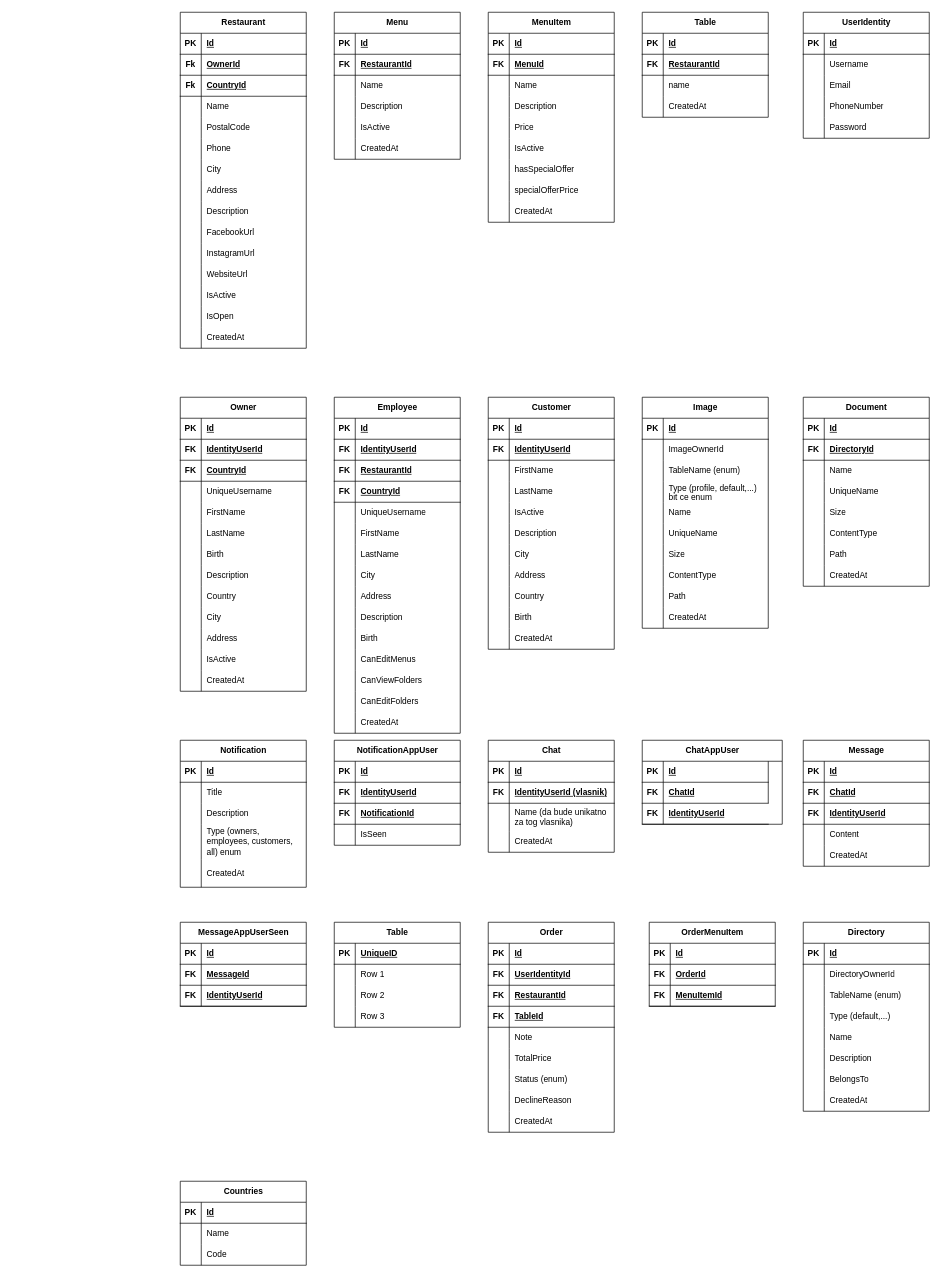
Above: documentation/database.drawio in zuna21/NoshNexus (draw.io), before the change. Source tidied: cells renumbered, new cells numbered last; positions are measured from the earlier drawing's top-left corner, leaving out a move shared by most shapes. Both pictures are drawn from the tidied source at 70%, with x=0, y=0 at pixel (180, 12).
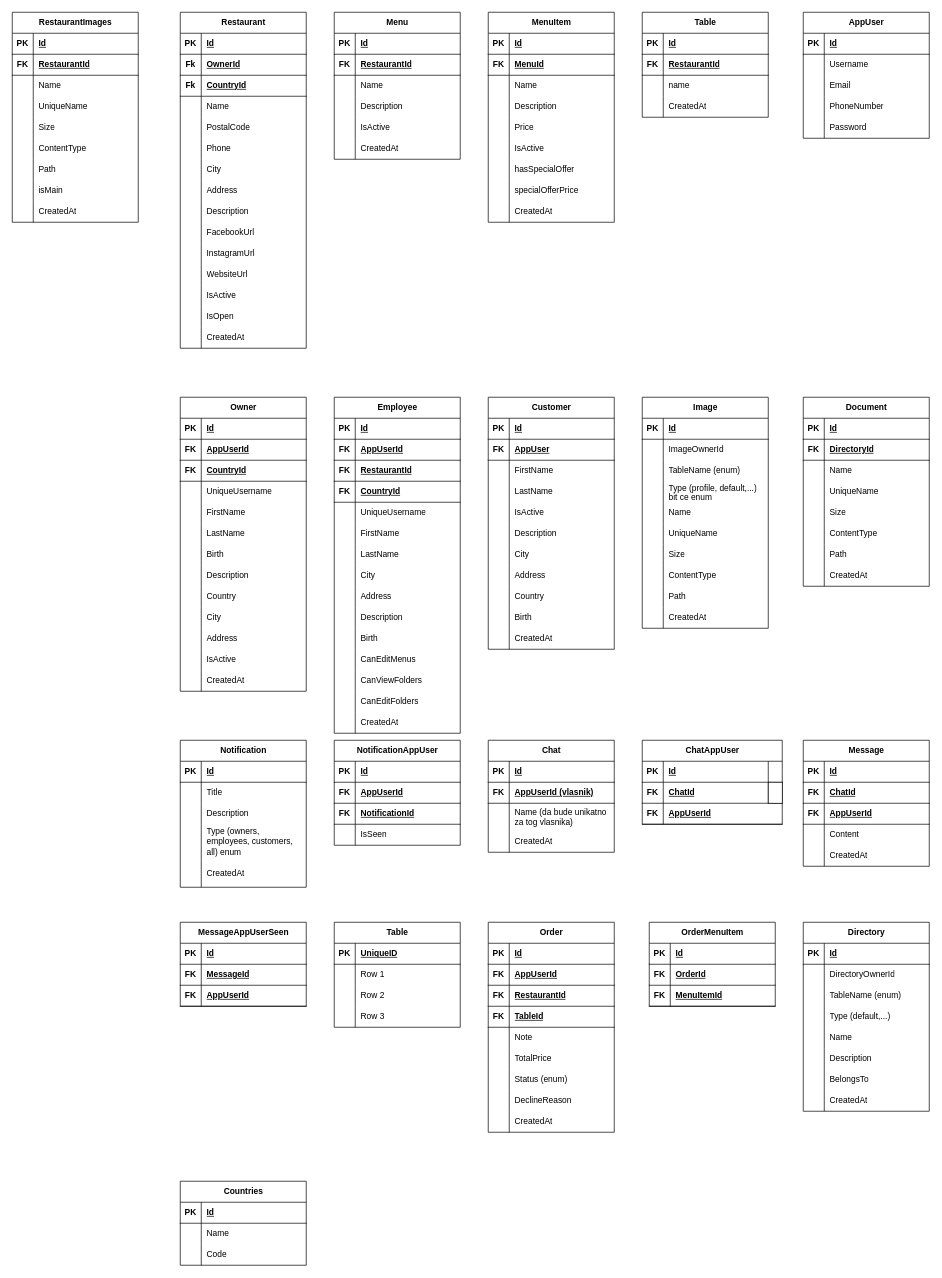
The same diagram, later.

The change refers to these unchanged cells:
```xml
<mxCell id="128" style="shape=tableRow;horizontal=0;startSize=0;swimlaneHead=0;swimlaneBody=0;fillColor=none;top=0;left=0;right=0;bottom=1;" parent="124" vertex="1">
  <mxGeometry y="60" width="180" height="30" as="geometry" />
</mxCell>
<mxCell id="168" style="shape=tableRow;horizontal=0;startSize=0;swimlaneHead=0;swimlaneBody=0;fillColor=none;top=0;left=0;right=0;bottom=1;" parent="164" vertex="1">
  <mxGeometry y="60" width="180" height="30" as="geometry" />
</mxCell>
<mxCell id="214" style="shape=tableRow;horizontal=0;startSize=0;swimlaneHead=0;swimlaneBody=0;fillColor=none;top=0;left=0;right=0;bottom=1;" parent="210" vertex="1">
  <mxGeometry y="60" width="180" height="30" as="geometry" />
</mxCell>
<mxCell id="320" style="shape=tableRow;horizontal=0;startSize=0;swimlaneHead=0;swimlaneBody=0;fillColor=none;top=0;left=0;right=0;bottom=1;" parent="316" vertex="1">
  <mxGeometry y="60" width="180" height="30" as="geometry" />
</mxCell>
<mxCell id="333" style="shape=tableRow;horizontal=0;startSize=0;swimlaneHead=0;swimlaneBody=0;fillColor=none;top=0;left=0;right=0;bottom=1;" parent="329" vertex="1">
  <mxGeometry y="60" width="180" height="30" as="geometry" />
</mxCell>
<mxCell id="342" value="ChatAppUser" style="shape=table;startSize=30;childLayout=tableLayout;rowLines=0;fontStyle=1;align=center;html=1;" parent="1" vertex="1">
  <mxGeometry x="660" y="1040" width="200" height="120" as="geometry" />
</mxCell>
<mxCell id="360" style="shape=tableRow;horizontal=0;startSize=0;swimlaneHead=0;swimlaneBody=0;fillColor=none;top=0;left=0;right=0;bottom=1;" parent="353" vertex="1">
  <mxGeometry y="90" width="180" height="30" as="geometry" />
</mxCell>
<mxCell id="376" style="shape=tableRow;horizontal=0;startSize=0;swimlaneHead=0;swimlaneBody=0;fillColor=none;top=0;left=0;right=0;bottom=1;" parent="369" vertex="1">
  <mxGeometry y="90" width="180" height="30" as="geometry" />
</mxCell>
<mxCell id="398" style="shape=tableRow;horizontal=0;startSize=0;swimlaneHead=0;swimlaneBody=0;fillColor=none;top=0;left=0;right=0;bottom=1;" parent="394" vertex="1">
  <mxGeometry y="60" width="180" height="30" as="geometry" />
</mxCell>
```

What changed in the source:
```diff
@@
-    <mxCell id="108" value="UserIdentity" style="shape=table;startSize=30;childLayout=tableLayout;rowLines=0;fontStyle=1;align=center;html=1;" parent="1" vertex="1">
+    <mxCell id="108" value="AppUser" style="shape=table;startSize=30;childLayout=tableLayout;rowLines=0;fontStyle=1;align=center;html=1;" parent="1" vertex="1">
       <mxGeometry x="890" width="180" height="180" as="geometry" />
     </mxCell>
@@
-    <mxCell id="130" value="IdentityUserId" style="shape=partialRectangle;fillColor=none;top=0;left=0;bottom=0;right=0;align=left;spacingLeft=6;fontStyle=5;overflow=hidden;whiteSpace=wrap;html=1;" parent="128" vertex="1">
+    <mxCell id="130" value="AppUserId" style="shape=partialRectangle;fillColor=none;top=0;left=0;bottom=0;right=0;align=left;spacingLeft=6;fontStyle=5;overflow=hidden;whiteSpace=wrap;html=1;" parent="128" vertex="1">
       <mxGeometry x="30" width="150" height="30" as="geometry" />
     </mxCell>
@@
-    <mxCell id="170" value="IdentityUserId" style="shape=partialRectangle;fillColor=none;top=0;left=0;bottom=0;right=0;align=left;spacingLeft=6;fontStyle=5;overflow=hidden;whiteSpace=wrap;html=1;" parent="168" vertex="1">
+    <mxCell id="170" value="AppUserId" style="shape=partialRectangle;fillColor=none;top=0;left=0;bottom=0;right=0;align=left;spacingLeft=6;fontStyle=5;overflow=hidden;whiteSpace=wrap;html=1;" parent="168" vertex="1">
       <mxGeometry x="30" width="150" height="30" as="geometry" />
     </mxCell>
@@
-    <mxCell id="216" value="IdentityUserId" style="shape=partialRectangle;fillColor=none;top=0;left=0;bottom=0;right=0;align=left;spacingLeft=6;fontStyle=5;overflow=hidden;whiteSpace=wrap;html=1;" parent="214" vertex="1">
+    <mxCell id="216" value="AppUser" style="shape=partialRectangle;fillColor=none;top=0;left=0;bottom=0;right=0;align=left;spacingLeft=6;fontStyle=5;overflow=hidden;whiteSpace=wrap;html=1;" parent="214" vertex="1">
       <mxGeometry x="30" width="150" height="30" as="geometry" />
     </mxCell>
@@
-    <mxCell id="322" value="IdentityUserId" style="shape=partialRectangle;fillColor=none;top=0;left=0;bottom=0;right=0;align=left;spacingLeft=6;fontStyle=5;overflow=hidden;whiteSpace=wrap;html=1;" parent="320" vertex="1">
+    <mxCell id="322" value="AppUserId" style="shape=partialRectangle;fillColor=none;top=0;left=0;bottom=0;right=0;align=left;spacingLeft=6;fontStyle=5;overflow=hidden;whiteSpace=wrap;html=1;" parent="320" vertex="1">
       <mxGeometry x="30" width="150" height="30" as="geometry" />
     </mxCell>
@@
-    <mxCell id="335" value="IdentityUserId (vlasnik)" style="shape=partialRectangle;fillColor=none;top=0;left=0;bottom=0;right=0;align=left;spacingLeft=6;fontStyle=5;overflow=hidden;whiteSpace=wrap;html=1;" parent="333" vertex="1">
+    <mxCell id="335" value="AppUserId (vlasnik)" style="shape=partialRectangle;fillColor=none;top=0;left=0;bottom=0;right=0;align=left;spacingLeft=6;fontStyle=5;overflow=hidden;whiteSpace=wrap;html=1;" parent="333" vertex="1">
       <mxGeometry x="30" width="150" height="30" as="geometry" />
     </mxCell>
@@
     <mxCell id="343" style="shape=tableRow;horizontal=0;startSize=0;swimlaneHead=0;swimlaneBody=0;fillColor=none;top=0;left=0;right=0;bottom=1;" parent="342" vertex="1">
-      <mxGeometry y="30" width="180" height="30" as="geometry" />
+      <mxGeometry y="30" width="200" height="30" as="geometry" />
     </mxCell>
@@
     <mxCell id="345" value="Id" style="shape=partialRectangle;fillColor=none;top=0;left=0;bottom=0;right=0;align=left;spacingLeft=6;fontStyle=5;overflow=hidden;whiteSpace=wrap;html=1;" parent="343" vertex="1">
-      <mxGeometry x="30" width="150" height="30" as="geometry" />
+      <mxGeometry x="30" width="170" height="30" as="geometry" />
     </mxCell>
     <mxCell id="346" style="shape=tableRow;horizontal=0;startSize=0;swimlaneHead=0;swimlaneBody=0;fillColor=none;top=0;left=0;right=0;bottom=1;" parent="342" vertex="1">
-      <mxGeometry y="60" width="180" height="30" as="geometry" />
+      <mxGeometry y="60" width="200" height="30" as="geometry" />
     </mxCell>
@@
     <mxCell id="349" style="whiteSpace=wrap;html=1;startSize=30;fontStyle=1;" parent="346" vertex="1">
-      <mxGeometry x="180" height="30" as="geometry" />
+      <mxGeometry x="180" width="20" height="30" as="geometry" />
     </mxCell>
     <mxCell id="350" style="shape=tableRow;horizontal=0;startSize=0;swimlaneHead=0;swimlaneBody=0;fillColor=none;top=0;left=0;right=0;bottom=1;" parent="342" vertex="1">
-      <mxGeometry y="90" width="180" height="30" as="geometry" />
+      <mxGeometry y="90" width="200" height="30" as="geometry" />
     </mxCell>
@@
-    <mxCell id="352" value="IdentityUserId" style="shape=partialRectangle;fillColor=none;top=0;left=0;bottom=0;right=0;align=left;spacingLeft=6;fontStyle=5;overflow=hidden;whiteSpace=wrap;html=1;" parent="350" vertex="1">
-      <mxGeometry x="30" width="150" height="30" as="geometry" />
+    <mxCell id="352" value="AppUserId" style="shape=partialRectangle;fillColor=none;top=0;left=0;bottom=0;right=0;align=left;spacingLeft=6;fontStyle=5;overflow=hidden;whiteSpace=wrap;html=1;" parent="350" vertex="1">
+      <mxGeometry x="30" width="170" height="30" as="geometry" />
     </mxCell>
@@
-    <mxCell id="362" value="IdentityUserId" style="shape=partialRectangle;fillColor=none;top=0;left=0;bottom=0;right=0;align=left;spacingLeft=6;fontStyle=5;overflow=hidden;whiteSpace=wrap;html=1;" parent="360" vertex="1">
+    <mxCell id="362" value="AppUserId" style="shape=partialRectangle;fillColor=none;top=0;left=0;bottom=0;right=0;align=left;spacingLeft=6;fontStyle=5;overflow=hidden;whiteSpace=wrap;html=1;" parent="360" vertex="1">
       <mxGeometry x="30" width="150" height="30" as="geometry" />
     </mxCell>
@@
-    <mxCell id="378" value="IdentityUserId" style="shape=partialRectangle;fillColor=none;top=0;left=0;bottom=0;right=0;align=left;spacingLeft=6;fontStyle=5;overflow=hidden;whiteSpace=wrap;html=1;" parent="376" vertex="1">
+    <mxCell id="378" value="AppUserId" style="shape=partialRectangle;fillColor=none;top=0;left=0;bottom=0;right=0;align=left;spacingLeft=6;fontStyle=5;overflow=hidden;whiteSpace=wrap;html=1;" parent="376" vertex="1">
       <mxGeometry x="30" width="150" height="30" as="geometry" />
     </mxCell>
@@
-    <mxCell id="400" value="UserIdentityId" style="shape=partialRectangle;fillColor=none;top=0;left=0;bottom=0;right=0;align=left;spacingLeft=6;fontStyle=5;overflow=hidden;whiteSpace=wrap;html=1;" parent="398" vertex="1">
+    <mxCell id="400" value="AppUserId" style="shape=partialRectangle;fillColor=none;top=0;left=0;bottom=0;right=0;align=left;spacingLeft=6;fontStyle=5;overflow=hidden;whiteSpace=wrap;html=1;" parent="398" vertex="1">
       <mxGeometry x="30" width="150" height="30" as="geometry" />
     </mxCell>
@@
+    <mxCell id="467" value="RestaurantImages" style="shape=table;startSize=30;childLayout=tableLayout;rowLines=0;fontStyle=1;align=center;html=1;" parent="1" vertex="1">
+      <mxGeometry x="-240" width="180" height="300" as="geometry" />
+    </mxCell>
+    <mxCell id="468" style="shape=tableRow;horizontal=0;startSize=0;swimlaneHead=0;swimlaneBody=0;fillColor=none;top=0;left=0;right=0;bottom=1;" parent="467" vertex="1">
+      <mxGeometry y="30" width="180" height="30" as="geometry" />
+    </mxCell>
+    <mxCell id="469" value="PK" style="shape=partialRectangle;fillColor=none;top=0;left=0;bottom=0;right=0;fontStyle=1;overflow=hidden;whiteSpace=wrap;html=1;" parent="468" vertex="1">
+      <mxGeometry width="30" height="30" as="geometry" />
+    </mxCell>
+    <mxCell id="470" value="Id" style="shape=partialRectangle;fillColor=none;top=0;left=0;bottom=0;right=0;align=left;spacingLeft=6;fontStyle=5;overflow=hidden;whiteSpace=wrap;html=1;" parent="468" vertex="1">
+      <mxGeometry x="30" width="150" height="30" as="geometry" />
+    </mxCell>
+    <mxCell id="471" style="shape=tableRow;horizontal=0;startSize=0;swimlaneHead=0;swimlaneBody=0;fillColor=none;top=0;left=0;right=0;bottom=1;" parent="467" vertex="1">
+      <mxGeometry y="60" width="180" height="30" as="geometry" />
+    </mxCell>
+    <mxCell id="472" value="FK" style="shape=partialRectangle;fillColor=none;top=0;left=0;bottom=0;right=0;fontStyle=1;overflow=hidden;whiteSpace=wrap;html=1;" parent="471" vertex="1">
+      <mxGeometry width="30" height="30" as="geometry" />
+    </mxCell>
+    <mxCell id="473" value="RestaurantId" style="shape=partialRectangle;fillColor=none;top=0;left=0;bottom=0;right=0;align=left;spacingLeft=6;fontStyle=5;overflow=hidden;whiteSpace=wrap;html=1;" parent="471" vertex="1">
+      <mxGeometry x="30" width="150" height="30" as="geometry" />
+    </mxCell>
+    <mxCell id="474" style="shape=tableRow;horizontal=0;startSize=0;swimlaneHead=0;swimlaneBody=0;fillColor=none;top=0;left=0;right=0;bottom=0;" parent="467" vertex="1">
+      <mxGeometry y="90" width="180" height="30" as="geometry" />
+    </mxCell>
+    <mxCell id="475" style="shape=partialRectangle;fillColor=none;top=0;left=0;bottom=0;right=0;overflow=hidden;whiteSpace=wrap;html=1;" parent="474" vertex="1">
+      <mxGeometry width="30" height="30" as="geometry" />
+    </mxCell>
+    <mxCell id="476" value="Name" style="shape=partialRectangle;fillColor=none;top=0;left=0;bottom=0;right=0;align=left;spacingLeft=6;overflow=hidden;whiteSpace=wrap;html=1;" parent="474" vertex="1">
+      <mxGeometry x="30" width="150" height="30" as="geometry" />
+    </mxCell>
+    <mxCell id="477" style="shape=tableRow;horizontal=0;startSize=0;swimlaneHead=0;swimlaneBody=0;fillColor=none;top=0;left=0;right=0;bottom=0;" parent="467" vertex="1">
+      <mxGeometry y="120" width="180" height="30" as="geometry" />
+    </mxCell>
+    <mxCell id="478" style="shape=partialRectangle;fillColor=none;top=0;left=0;bottom=0;right=0;overflow=hidden;whiteSpace=wrap;html=1;" parent="477" vertex="1">
+      <mxGeometry width="30" height="30" as="geometry" />
+    </mxCell>
+    <mxCell id="479" value="UniqueName" style="shape=partialRectangle;fillColor=none;top=0;left=0;bottom=0;right=0;align=left;spacingLeft=6;overflow=hidden;whiteSpace=wrap;html=1;" parent="477" vertex="1">
+      <mxGeometry x="30" width="150" height="30" as="geometry" />
+    </mxCell>
+    <mxCell id="480" style="shape=tableRow;horizontal=0;startSize=0;swimlaneHead=0;swimlaneBody=0;fillColor=none;top=0;left=0;right=0;bottom=0;" parent="467" vertex="1">
+      <mxGeometry y="150" width="180" height="30" as="geometry" />
+    </mxCell>
+    <mxCell id="481" style="shape=partialRectangle;fillColor=none;top=0;left=0;bottom=0;right=0;overflow=hidden;whiteSpace=wrap;html=1;" parent="480" vertex="1">
+      <mxGeometry width="30" height="30" as="geometry" />
+    </mxCell>
+    <mxCell id="482" value="Size" style="shape=partialRectangle;fillColor=none;top=0;left=0;bottom=0;right=0;align=left;spacingLeft=6;overflow=hidden;whiteSpace=wrap;html=1;" parent="480" vertex="1">
+      <mxGeometry x="30" width="150" height="30" as="geometry" />
+    </mxCell>
+    <mxCell id="483" style="shape=tableRow;horizontal=0;startSize=0;swimlaneHead=0;swimlaneBody=0;fillColor=none;top=0;left=0;right=0;bottom=0;" parent="467" vertex="1">
+      <mxGeometry y="180" width="180" height="30" as="geometry" />
+    </mxCell>
+    <mxCell id="484" style="shape=partialRectangle;fillColor=none;top=0;left=0;bottom=0;right=0;overflow=hidden;whiteSpace=wrap;html=1;" parent="483" vertex="1">
+      <mxGeometry width="30" height="30" as="geometry" />
+    </mxCell>
+    <mxCell id="485" value="ContentType" style="shape=partialRectangle;fillColor=none;top=0;left=0;bottom=0;right=0;align=left;spacingLeft=6;overflow=hidden;whiteSpace=wrap;html=1;" parent="483" vertex="1">
+      <mxGeometry x="30" width="150" height="30" as="geometry" />
+    </mxCell>
+    <mxCell id="486" style="shape=tableRow;horizontal=0;startSize=0;swimlaneHead=0;swimlaneBody=0;fillColor=none;top=0;left=0;right=0;bottom=0;" parent="467" vertex="1">
+      <mxGeometry y="210" width="180" height="30" as="geometry" />
+    </mxCell>
+    <mxCell id="487" style="shape=partialRectangle;fillColor=none;top=0;left=0;bottom=0;right=0;overflow=hidden;whiteSpace=wrap;html=1;" parent="486" vertex="1">
+      <mxGeometry width="30" height="30" as="geometry" />
+    </mxCell>
+    <mxCell id="488" value="Path" style="shape=partialRectangle;fillColor=none;top=0;left=0;bottom=0;right=0;align=left;spacingLeft=6;overflow=hidden;whiteSpace=wrap;html=1;" parent="486" vertex="1">
+      <mxGeometry x="30" width="150" height="30" as="geometry" />
+    </mxCell>
+    <mxCell id="489" style="shape=tableRow;horizontal=0;startSize=0;swimlaneHead=0;swimlaneBody=0;fillColor=none;top=0;left=0;right=0;bottom=0;" parent="467" vertex="1">
+      <mxGeometry y="240" width="180" height="30" as="geometry" />
+    </mxCell>
+    <mxCell id="490" style="shape=partialRectangle;fillColor=none;top=0;left=0;bottom=0;right=0;overflow=hidden;whiteSpace=wrap;html=1;" parent="489" vertex="1">
+      <mxGeometry width="30" height="30" as="geometry" />
+    </mxCell>
+    <mxCell id="491" value="isMain" style="shape=partialRectangle;fillColor=none;top=0;left=0;bottom=0;right=0;align=left;spacingLeft=6;overflow=hidden;whiteSpace=wrap;html=1;" parent="489" vertex="1">
+      <mxGeometry x="30" width="150" height="30" as="geometry" />
+    </mxCell>
+    <mxCell id="492" style="shape=tableRow;horizontal=0;startSize=0;swimlaneHead=0;swimlaneBody=0;fillColor=none;top=0;left=0;right=0;bottom=0;" parent="467" vertex="1">
+      <mxGeometry y="270" width="180" height="30" as="geometry" />
+    </mxCell>
+    <mxCell id="493" style="shape=partialRectangle;fillColor=none;top=0;left=0;bottom=0;right=0;overflow=hidden;whiteSpace=wrap;html=1;" parent="492" vertex="1">
+      <mxGeometry width="30" height="30" as="geometry" />
+    </mxCell>
+    <mxCell id="494" value="CreatedAt" style="shape=partialRectangle;fillColor=none;top=0;left=0;bottom=0;right=0;align=left;spacingLeft=6;overflow=hidden;whiteSpace=wrap;html=1;" parent="492" vertex="1">
+      <mxGeometry x="30" width="150" height="30" as="geometry" />
+    </mxCell>
```
